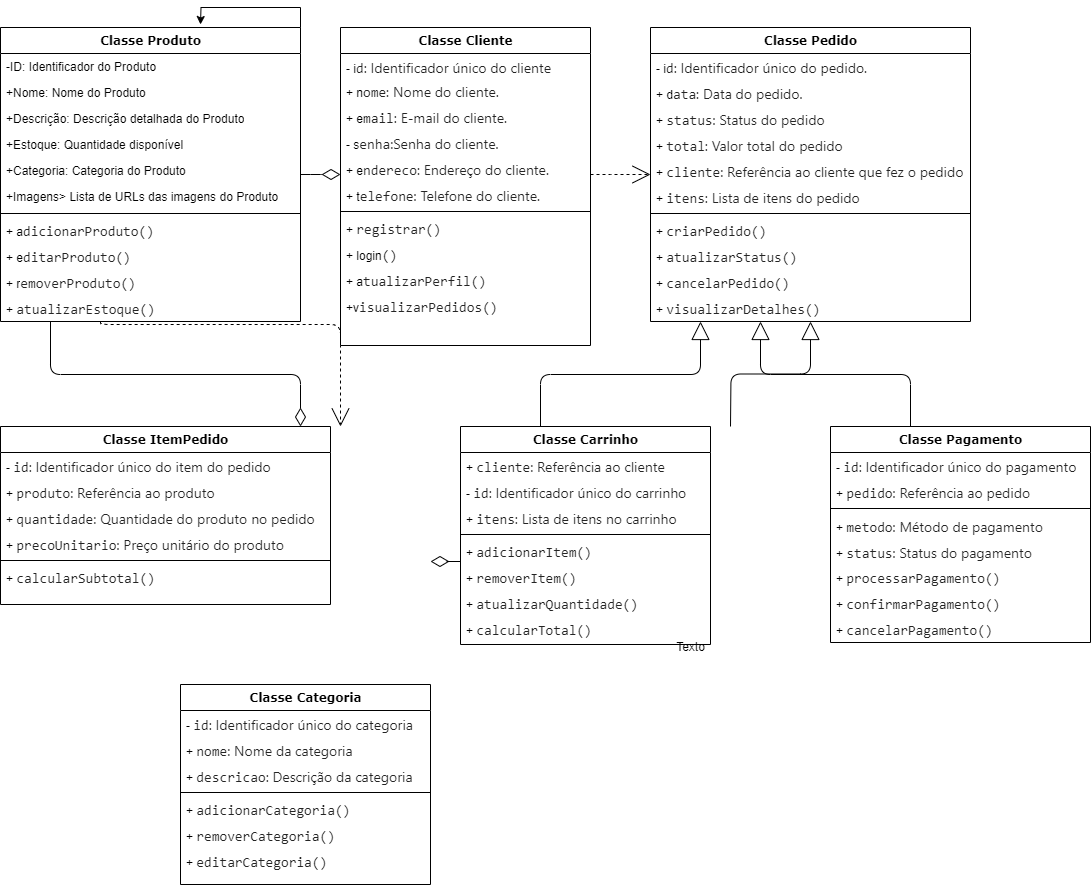
The draw.io diagram Diagrama sem nome.drawio.png in FabriciaGRibeiro/diagrama-de-classes-, before a commit. Source tidied: cells renumbered, new cells last; positions are measured from the earlier drawing's top-left corner, leaving out a move shared by most shapes.
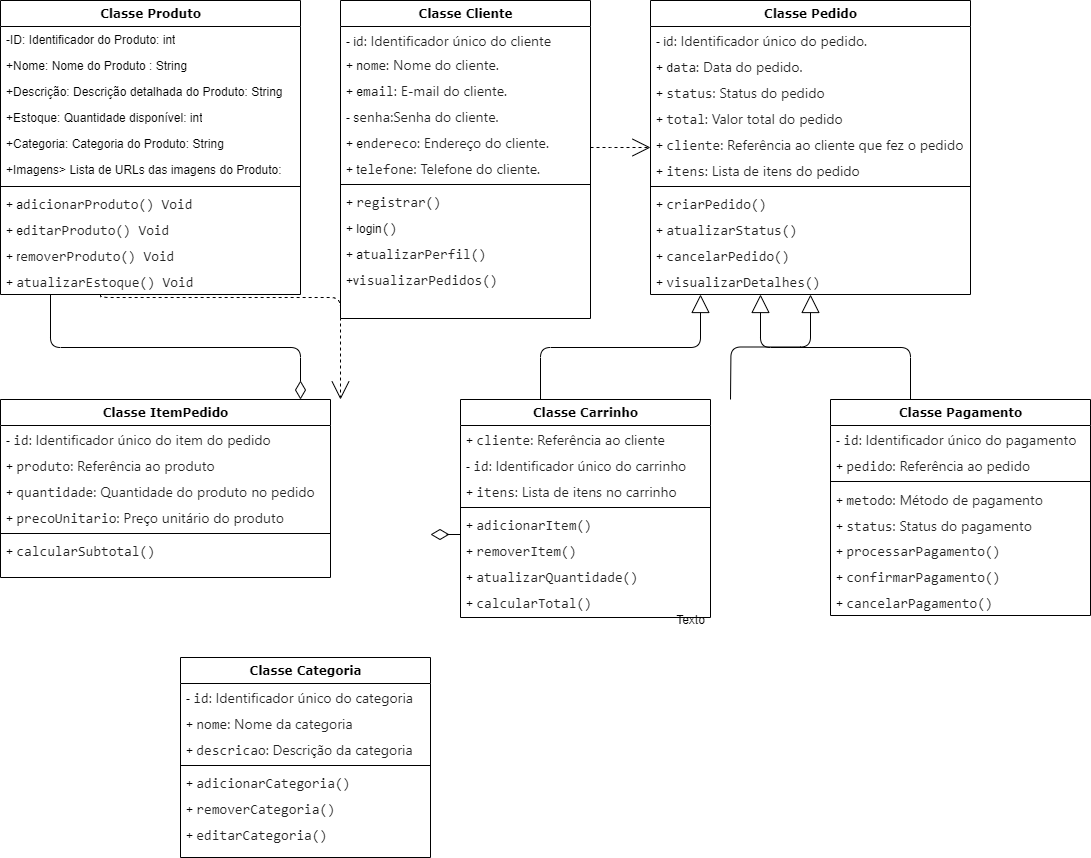
After the change.

What changed in the source:
```diff
@@ -20,45 +20,40 @@
         </Array>
       </mxGeometry>
     </mxCell>
-    <mxCell id="4" style="edgeStyle=orthogonalEdgeStyle;rounded=0;jettySize=auto;html=1;exitX=1;exitY=0;exitDx=0;exitDy=0;" parent="1" edge="1" source="5">
-      <mxGeometry relative="1" as="geometry">
-        <mxPoint x="200" as="targetPoint" />
-      </mxGeometry>
-    </mxCell>
     <mxCell id="5" value="Classe Produto" style="swimlane;html=1;fontStyle=1;align=center;verticalAlign=top;horizontal=1;startSize=26;swimlaneFillColor=#ffffff;rounded=0;shadow=0;comic=0;labelBackgroundColor=none;strokeWidth=1;fillColor=none;fontFamily=Verdana;fontSize=12;" parent="1" vertex="1">
       <mxGeometry y="3" width="300" height="294" as="geometry" />
     </mxCell>
-    <mxCell id="6" value="-ID: Identificador do Produto" style="text;html=1;strokeColor=none;fillColor=none;align=left;verticalAlign=top;spacingLeft=4;spacingRight=4;whiteSpace=wrap;overflow=hidden;" parent="5" vertex="1">
+    <mxCell id="6" value="-ID: Identificador do Produto: int" style="text;html=1;strokeColor=none;fillColor=none;align=left;verticalAlign=top;spacingLeft=4;spacingRight=4;whiteSpace=wrap;overflow=hidden;" parent="5" vertex="1">
       <mxGeometry y="26" width="300" height="26" as="geometry" />
     </mxCell>
-    <mxCell id="7" value="+Nome: Nome do Produto" style="text;html=1;strokeColor=none;fillColor=none;align=left;verticalAlign=top;spacingLeft=4;spacingRight=4;whiteSpace=wrap;overflow=hidden;" parent="5" vertex="1">
+    <mxCell id="7" value="+Nome: Nome do Produto : String" style="text;html=1;strokeColor=none;fillColor=none;align=left;verticalAlign=top;spacingLeft=4;spacingRight=4;whiteSpace=wrap;overflow=hidden;" parent="5" vertex="1">
       <mxGeometry y="52" width="300" height="26" as="geometry" />
     </mxCell>
-    <mxCell id="8" value="+Descrição: Descrição detalhada do Produto" style="text;html=1;strokeColor=none;fillColor=none;align=left;verticalAlign=top;spacingLeft=4;spacingRight=4;whiteSpace=wrap;overflow=hidden;" parent="5" vertex="1">
+    <mxCell id="8" value="+Descrição: Descrição detalhada do Produto: String" style="text;html=1;strokeColor=none;fillColor=none;align=left;verticalAlign=top;spacingLeft=4;spacingRight=4;whiteSpace=wrap;overflow=hidden;" parent="5" vertex="1">
       <mxGeometry y="78" width="300" height="26" as="geometry" />
     </mxCell>
-    <mxCell id="9" value="+Estoque: Quantidade disponível" style="text;html=1;strokeColor=none;fillColor=none;align=left;verticalAlign=top;spacingLeft=4;spacingRight=4;whiteSpace=wrap;overflow=hidden;" parent="5" vertex="1">
+    <mxCell id="9" value="+Estoque: Quantidade disponível: int" style="text;html=1;strokeColor=none;fillColor=none;align=left;verticalAlign=top;spacingLeft=4;spacingRight=4;whiteSpace=wrap;overflow=hidden;" parent="5" vertex="1">
       <mxGeometry y="104" width="300" height="26" as="geometry" />
     </mxCell>
-    <mxCell id="10" value="+Categoria: Categoria do Produto" style="text;html=1;strokeColor=none;fillColor=none;align=left;verticalAlign=top;spacingLeft=4;spacingRight=4;whiteSpace=wrap;overflow=hidden;" parent="5" vertex="1">
+    <mxCell id="10" value="+Categoria: Categoria do Produto: String" style="text;html=1;strokeColor=none;fillColor=none;align=left;verticalAlign=top;spacingLeft=4;spacingRight=4;whiteSpace=wrap;overflow=hidden;" parent="5" vertex="1">
       <mxGeometry y="130" width="300" height="26" as="geometry" />
     </mxCell>
-    <mxCell id="11" value="+Imagens&amp;gt; Lista de URLs das imagens do Produto" style="text;html=1;strokeColor=none;fillColor=none;align=left;verticalAlign=top;spacingLeft=4;spacingRight=4;whiteSpace=wrap;overflow=hidden;" parent="5" vertex="1">
+    <mxCell id="11" value="+Imagens&amp;gt; Lista de URLs das imagens do Produto:&amp;nbsp;" style="text;html=1;strokeColor=none;fillColor=none;align=left;verticalAlign=top;spacingLeft=4;spacingRight=4;whiteSpace=wrap;overflow=hidden;" parent="5" vertex="1">
       <mxGeometry y="156" width="300" height="26" as="geometry" />
     </mxCell>
     <mxCell id="12" style="line;html=1;strokeWidth=1;fillColor=none;align=left;verticalAlign=middle;spacingTop=-1;spacingLeft=3;spacingRight=3;labelPosition=right;" parent="5" vertex="1">
       <mxGeometry y="182" width="300" height="8" as="geometry" />
     </mxCell>
-    <mxCell id="13" value="+ a&lt;span style=&quot;color: rgb(36, 36, 36); font-family: monospace; font-size: 14px; background-color: rgb(255, 255, 255);&quot;&gt;dicionarProduto()&lt;/span&gt;" style="text;html=1;strokeColor=none;fillColor=none;align=left;verticalAlign=top;spacingLeft=4;spacingRight=4;whiteSpace=wrap;overflow=hidden;" parent="5" vertex="1">
+    <mxCell id="13" value="+ a&lt;span style=&quot;color: rgb(36, 36, 36); font-family: monospace; font-size: 14px; background-color: rgb(255, 255, 255);&quot;&gt;dicionarProduto() Void&lt;/span&gt;" style="text;html=1;strokeColor=none;fillColor=none;align=left;verticalAlign=top;spacingLeft=4;spacingRight=4;whiteSpace=wrap;overflow=hidden;" parent="5" vertex="1">
       <mxGeometry y="190" width="300" height="26" as="geometry" />
     </mxCell>
-    <mxCell id="14" value="+ e&lt;span style=&quot;color: rgb(36, 36, 36); font-family: monospace; font-size: 14px; background-color: rgb(255, 255, 255);&quot;&gt;ditarProduto()&lt;/span&gt;" style="text;html=1;strokeColor=none;fillColor=none;align=left;verticalAlign=top;spacingLeft=4;spacingRight=4;whiteSpace=wrap;overflow=hidden;" parent="5" vertex="1">
+    <mxCell id="14" value="+ e&lt;span style=&quot;color: rgb(36, 36, 36); font-family: monospace; font-size: 14px; background-color: rgb(255, 255, 255);&quot;&gt;ditarProduto() Void&lt;/span&gt;" style="text;html=1;strokeColor=none;fillColor=none;align=left;verticalAlign=top;spacingLeft=4;spacingRight=4;whiteSpace=wrap;overflow=hidden;" parent="5" vertex="1">
       <mxGeometry y="216" width="300" height="26" as="geometry" />
     </mxCell>
-    <mxCell id="15" value="+ r&lt;span style=&quot;color: rgb(36, 36, 36); font-family: monospace; font-size: 14px; background-color: rgb(255, 255, 255);&quot;&gt;emoverProduto()&lt;/span&gt;" style="text;html=1;strokeColor=none;fillColor=none;align=left;verticalAlign=top;spacingLeft=4;spacingRight=4;whiteSpace=wrap;overflow=hidden;" parent="5" vertex="1">
+    <mxCell id="15" value="+ r&lt;span style=&quot;color: rgb(36, 36, 36); font-family: monospace; font-size: 14px; background-color: rgb(255, 255, 255);&quot;&gt;emoverProduto() Void&lt;/span&gt;" style="text;html=1;strokeColor=none;fillColor=none;align=left;verticalAlign=top;spacingLeft=4;spacingRight=4;whiteSpace=wrap;overflow=hidden;" parent="5" vertex="1">
       <mxGeometry y="242" width="300" height="26" as="geometry" />
     </mxCell>
-    <mxCell id="16" value="+&amp;nbsp;&lt;span style=&quot;color: rgb(36, 36, 36); font-family: monospace; font-size: 14px; background-color: rgb(255, 255, 255);&quot;&gt;atualizarEstoque()&lt;/span&gt;" style="text;html=1;strokeColor=none;fillColor=none;align=left;verticalAlign=top;spacingLeft=4;spacingRight=4;whiteSpace=wrap;overflow=hidden;" parent="5" vertex="1">
+    <mxCell id="16" value="+&amp;nbsp;&lt;span style=&quot;color: rgb(36, 36, 36); font-family: monospace; font-size: 14px; background-color: rgb(255, 255, 255);&quot;&gt;atualizarEstoque() Void&lt;/span&gt;" style="text;html=1;strokeColor=none;fillColor=none;align=left;verticalAlign=top;spacingLeft=4;spacingRight=4;whiteSpace=wrap;overflow=hidden;" parent="5" vertex="1">
       <mxGeometry y="268" width="300" height="26" as="geometry" />
     </mxCell>
     <mxCell id="17" style="edgeStyle=elbowEdgeStyle;html=1;labelBackgroundColor=none;startFill=0;startSize=8;endArrow=open;endFill=0;endSize=16;fontFamily=Verdana;fontSize=12;elbow=vertical;dashed=1;" parent="1" edge="1" source="18" target="30">
@@ -242,9 +237,6 @@
     <mxCell id="71" value="+&amp;nbsp;&lt;span style=&quot;color: rgb(36, 36, 36); font-family: monospace; font-size: 14px; background-color: rgb(255, 255, 255);&quot;&gt;cancelarPagamento()&lt;/span&gt;" style="text;html=1;strokeColor=none;fillColor=none;align=left;verticalAlign=top;spacingLeft=4;spacingRight=4;whiteSpace=wrap;overflow=hidden;" parent="63" vertex="1">
       <mxGeometry y="190" width="260" height="26" as="geometry" />
     </mxCell>
-    <mxCell id="72" style="edgeStyle=elbowEdgeStyle;html=1;labelBackgroundColor=none;startFill=0;startSize=8;endArrow=diamondThin;endFill=0;endSize=16;fontFamily=Verdana;fontSize=12;elbow=vertical;" parent="1" edge="1" source="5" target="18">
-      <mxGeometry relative="1" as="geometry" />
-    </mxCell>
     <mxCell id="73" value="Texto" style="text;html=1;align=center;verticalAlign=middle;strokeColor=none;fillColor=none;" parent="1" vertex="1">
       <mxGeometry x="665" y="608" width="50" height="30" as="geometry" />
     </mxCell>
```
